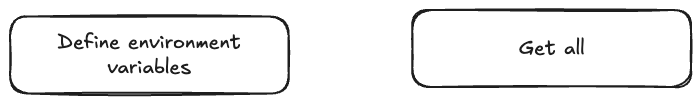
dbt-markwan/dbt-log-retriever keeps this Excalidraw diagram as dbt_log_nr.excalidraw.png. Above is the earlier version. Source tidied: one line per element, renumbered; positions are measured from the earlier drawing's top-left corner, leaving out a move shared by most shapes. The source it was exported from:
```json
{"id": 0, "type": "rectangle", "strokeColor": "#1e1e1e", "strokeWidth": 2, "roughness": 1, "round": true, "x": 0, "y": 7, "width": 279, "height": 77}
{"id": 1, "type": "text", "text": "Define environment\nvariables", "strokeColor": "#1e1e1e", "strokeWidth": 2, "roughness": 1, "fontSize": 20, "fontFamily": 5, "textAlign": "center", "verticalAlign": "middle", "inside": 0, "x": 48, "y": 20, "width": 183, "height": 50}
{"id": 2, "type": "rectangle", "strokeColor": "#1e1e1e", "strokeWidth": 2, "roughness": 1, "round": true, "x": 402, "y": 0, "width": 279, "height": 77}
{"id": 3, "type": "text", "text": "Get all", "strokeColor": "#1e1e1e", "strokeWidth": 2, "roughness": 1, "fontSize": 20, "fontFamily": 5, "textAlign": "center", "verticalAlign": "middle", "inside": 2, "x": 509, "y": 26, "width": 66, "height": 25}
```
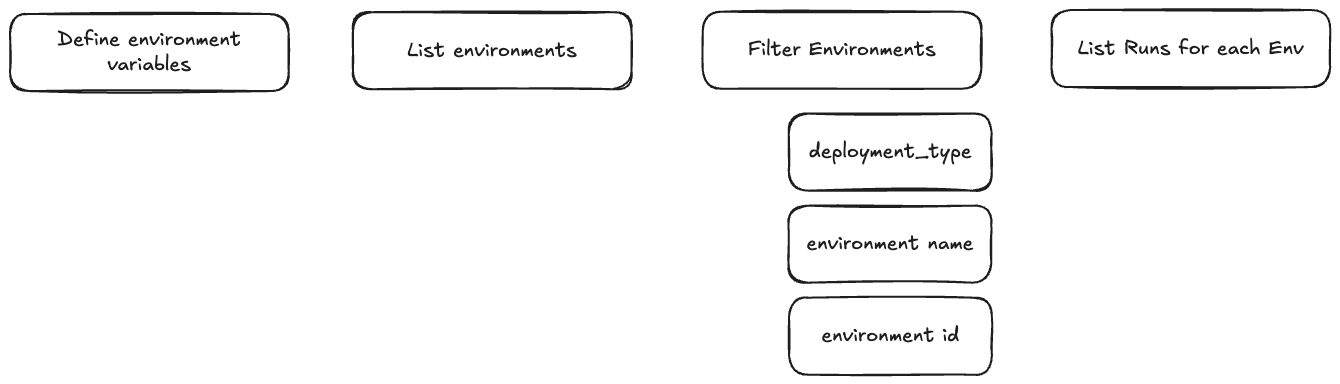
The same file after the commit.

Diff of the diagram source:
```diff
@@ -1,4 +1,14 @@
 {"id": 0, "type": "rectangle", "strokeColor": "#1e1e1e", "strokeWidth": 2, "roughness": 1, "round": true, "x": 0, "y": 7, "width": 279, "height": 77}
 {"id": 1, "type": "text", "text": "Define environment\nvariables", "strokeColor": "#1e1e1e", "strokeWidth": 2, "roughness": 1, "fontSize": 20, "fontFamily": 5, "textAlign": "center", "verticalAlign": "middle", "inside": 0, "x": 48, "y": 20, "width": 183, "height": 50}
-{"id": 2, "type": "rectangle", "strokeColor": "#1e1e1e", "strokeWidth": 2, "roughness": 1, "round": true, "x": 402, "y": 0, "width": 279, "height": 77}
+{"id": 2, "type": "rectangle", "strokeColor": "#1e1e1e", "strokeWidth": 2, "roughness": 1, "round": true, "x": 343, "y": 5, "width": 279, "height": 77}
-{"id": 3, "type": "text", "text": "Get all", "strokeColor": "#1e1e1e", "strokeWidth": 2, "roughness": 1, "fontSize": 20, "fontFamily": 5, "textAlign": "center", "verticalAlign": "middle", "inside": 2, "x": 509, "y": 26, "width": 66, "height": 25}
+{"id": 3, "type": "text", "text": "List environments", "strokeColor": "#1e1e1e", "strokeWidth": 2, "roughness": 1, "fontSize": 20, "fontFamily": 5, "textAlign": "center", "verticalAlign": "middle", "inside": 2, "x": 397, "y": 31, "width": 169, "height": 25}
+{"id": 4, "type": "rectangle", "strokeColor": "#1e1e1e", "strokeWidth": 2, "roughness": 1, "round": true, "x": 693, "y": 4, "width": 279, "height": 77}
+{"id": 5, "type": "text", "text": "Filter Environments", "strokeColor": "#1e1e1e", "strokeWidth": 2, "roughness": 1, "fontSize": 20, "fontFamily": 5, "textAlign": "center", "verticalAlign": "middle", "inside": 4, "x": 738, "y": 30, "width": 188, "height": 25}
+{"id": 6, "type": "rectangle", "strokeColor": "#1e1e1e", "strokeWidth": 2, "roughness": 1, "round": true, "x": 779, "y": 106, "width": 203, "height": 77}
+{"id": 7, "type": "text", "text": "deployment_type", "strokeColor": "#1e1e1e", "strokeWidth": 2, "roughness": 1, "fontSize": 20, "fontFamily": 5, "textAlign": "center", "verticalAlign": "middle", "inside": 6, "x": 799, "y": 132, "width": 163, "height": 25}
+{"id": 8, "type": "rectangle", "strokeColor": "#1e1e1e", "strokeWidth": 2, "roughness": 1, "round": true, "x": 778, "y": 198, "width": 203, "height": 77}
+{"id": 9, "type": "text", "text": "environment name", "strokeColor": "#1e1e1e", "strokeWidth": 2, "roughness": 1, "fontSize": 20, "fontFamily": 5, "textAlign": "center", "verticalAlign": "middle", "inside": 8, "x": 796, "y": 224, "width": 167, "height": 25}
+{"id": 10, "type": "rectangle", "strokeColor": "#1e1e1e", "strokeWidth": 2, "roughness": 1, "round": true, "x": 779, "y": 290, "width": 203, "height": 77}
+{"id": 11, "type": "text", "text": "environment id", "strokeColor": "#1e1e1e", "strokeWidth": 2, "roughness": 1, "fontSize": 20, "fontFamily": 5, "textAlign": "center", "verticalAlign": "middle", "inside": 10, "x": 811, "y": 316, "width": 138, "height": 25}
+{"id": 12, "type": "rectangle", "strokeColor": "#1e1e1e", "strokeWidth": 2, "roughness": 1, "round": true, "x": 1042, "y": 2, "width": 279, "height": 77}
+{"id": 13, "type": "text", "text": "List Runs for each Env", "strokeColor": "#1e1e1e", "strokeWidth": 2, "roughness": 1, "fontSize": 20, "fontFamily": 5, "textAlign": "center", "verticalAlign": "middle", "inside": 12, "x": 1068, "y": 29, "width": 226, "height": 25}
```
